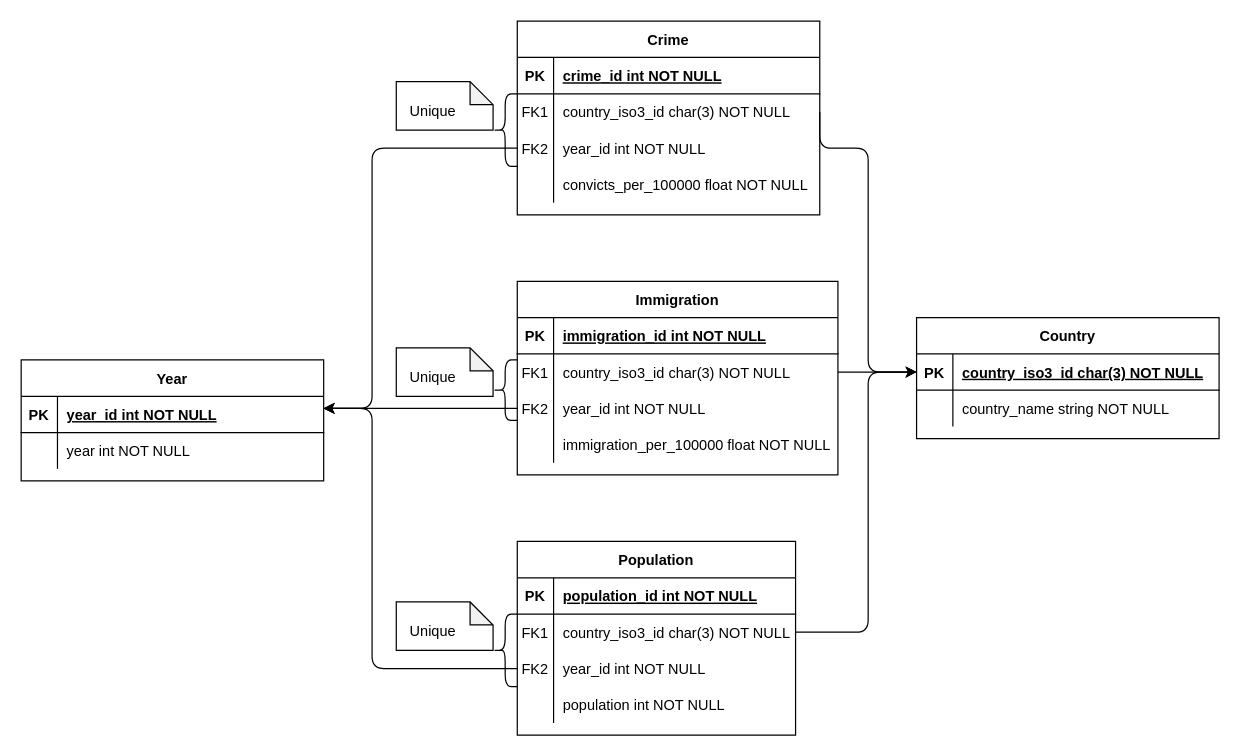
Before: doc/er-diagram-poc.drawio in filo14/data-integration-and-visualization-uc3m, a draw.io diagram. Source tidied: cells renumbered, new cells numbered last; positions are measured from the earlier drawing's top-left corner, leaving out a move shared by most shapes. Both pictures are drawn from the tidied source at 121%, with x=0, y=0 at pixel (21, 21).
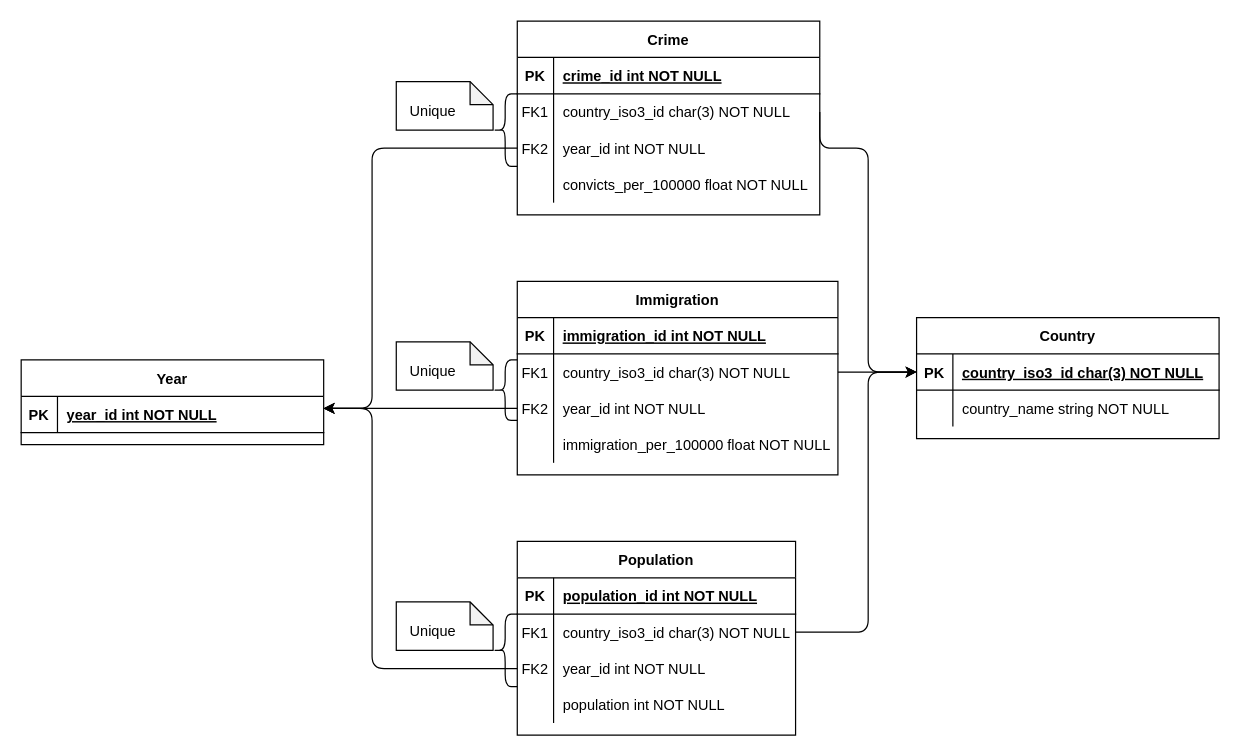
The same diagram, later.

What changed in the source:
```diff
@@
     <mxCell id="36" value="Year" style="shape=table;startSize=30;childLayout=tableLayout;rowLines=0;fontStyle=1;align=center;" parent="1" vertex="1">
-      <mxGeometry y="280" width="250" height="100" as="geometry" />
+      <mxGeometry y="280" width="250" height="70" as="geometry" />
     </mxCell>
@@
-    <mxCell id="40" style="shape=partialRectangle;top=0;left=0;right=0;bottom=0;fillColor=none;strokeColor=inherit;strokeWidth=0;" parent="36" vertex="1">
-      <mxGeometry y="60" width="250" height="30" as="geometry" />
-    </mxCell>
-    <mxCell id="41" style="shape=partialRectangle;overflow=hidden;fillColor=none;top=0;left=0;bottom=0;right=0;strokeColor=default;strokeWidth=0;" parent="40" vertex="1">
-      <mxGeometry width="30" height="30" as="geometry" />
-    </mxCell>
-    <mxCell id="42" value="year int NOT NULL" style="shape=partialRectangle;overflow=hidden;fillColor=none;top=0;left=0;bottom=0;right=0;align=left;spacingLeft=6;strokeColor=inherit;strokeWidth=0;perimeterSpacing=0;" parent="40" vertex="1">
-      <mxGeometry x="30" width="220" height="30" as="geometry" />
-    </mxCell>
@@
     <mxCell id="66" style="shape=note;whiteSpace=wrap;html=1;backgroundOutline=1;darkOpacity=0.05;size=19;" parent="1" vertex="1">
-      <mxGeometry x="310" y="270" width="80" height="40" as="geometry" />
+      <mxGeometry x="310" y="265" width="80" height="40" as="geometry" />
     </mxCell>
     <mxCell id="67" value="Unique" style="text;html=1;align=center;verticalAlign=middle;strokeColor=none;fillColor=none;rounded=0;gradientColor=none;" parent="1" vertex="1">
-      <mxGeometry x="310" y="280" width="60" height="30" as="geometry" />
+      <mxGeometry x="310" y="275" width="60" height="30" as="geometry" />
     </mxCell>
```
